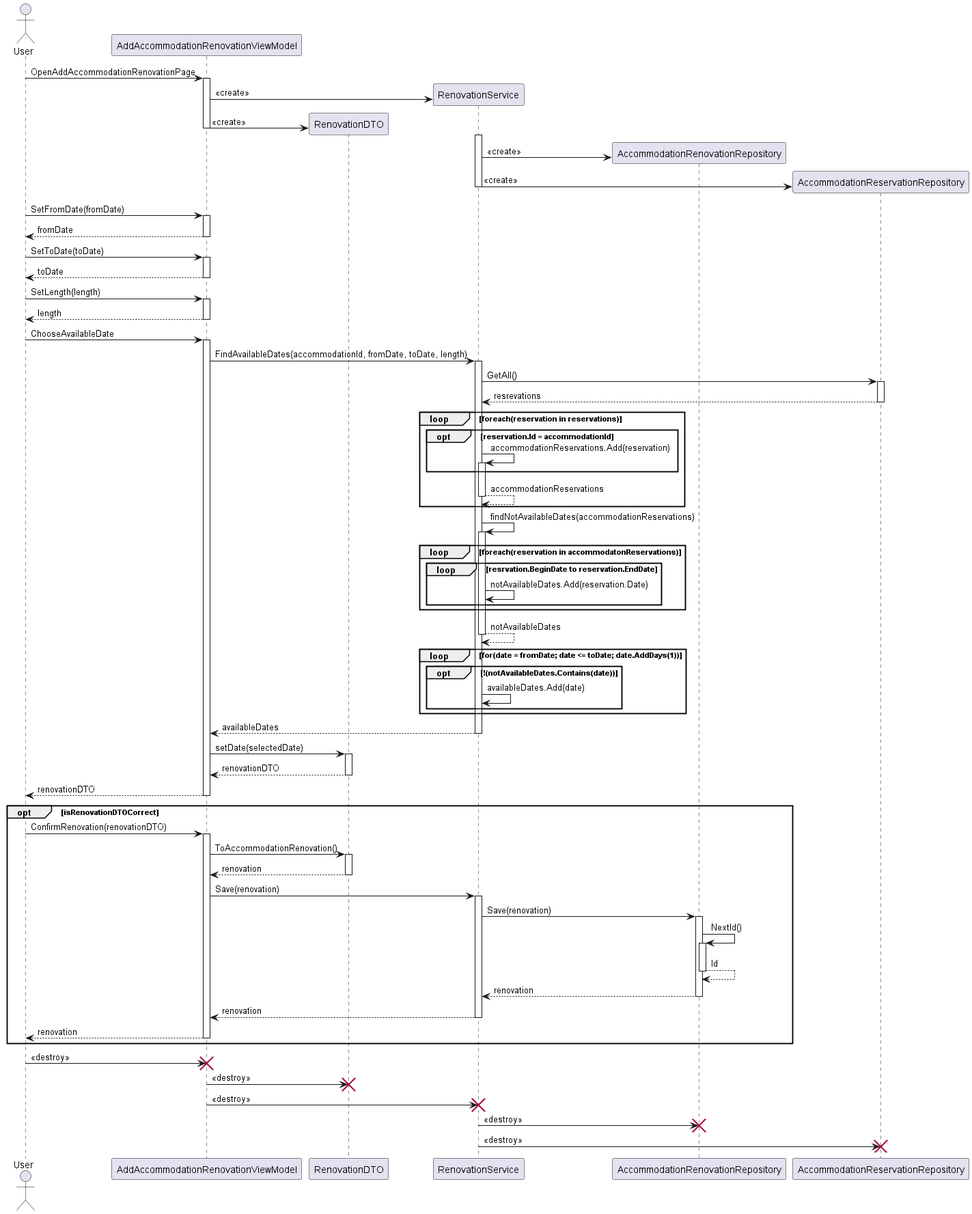
Before: Diagrams/Sequence Diagrams/OwnerSequenceDiagram.png, a diagram exported from PlantUML (kzi-nastava/sims-ra-2024-group-3-team-a). The source it was exported from:
```plantuml
@startuml SequenceDiagram AddRenovation
actor "User" as u
participant "AddAccommodationRenovationViewModel" as arVM
participant "RenovationDTO" as rDTO
participant "RenovationService" as service
participant "AccommodationRenovationRepository" as renovationRepository
participant "AccommodationReservationRepository" as reservationRepository

u -> arVM: OpenAddAccommodationRenovationPage

activate arVM
create service
arVM -> service: <<create>>
create rDTO
arVM -> rDTO: <<create>>
deactivate arVM

activate service
create renovationRepository
service -> renovationRepository: <<create>>
create reservationRepository
service -> reservationRepository: <<create>>
deactivate service

u -> arVM: SetFromDate(fromDate)
activate arVM
arVM --> u: fromDate
deactivate arVM

u -> arVM: SetToDate(toDate)
activate arVM
arVM --> u: toDate
deactivate arVM

u -> arVM: SetLength(length)
activate arVM
arVM --> u: length
deactivate arVM

u -> arVM: ChooseAvailableDate
activate arVM
arVM -> service: FindAvailableDates(accommodationId, fromDate, toDate, length)
activate service

service -> reservationRepository: GetAll()
activate reservationRepository
reservationRepository --> service: resrevations
deactivate reservationRepository

loop foreach(reservation in reservations)
opt reservation.Id = accommodationId
service -> service: accommodationReservations.Add(reservation)
activate service
end
activate service
service --> service: accommodationReservations
deactivate service
end

service -> service: findNotAvailableDates(accommodationReservations)
activate service
loop foreach(reservation in accommodatonReservations)
loop resrvation.BeginDate to reservation.EndDate
service -> service: notAvailableDates.Add(reservation.Date)
end
end
service --> service: notAvailableDates
deactivate service

loop for(date = fromDate; date <= toDate; date.AddDays(1))
opt !(notAvailableDates.Contains(date))
service -> service: availableDates.Add(date)
end
end

service --> arVM: availableDates
deactivate service

arVM -> rDTO: setDate(selectedDate)
activate rDTO
rDTO --> arVM: renovationDTO
deactivate rDTO

arVM --> u: renovationDTO
deactivate arVM

opt isRenovationDTOCorrect

u -> arVM: ConfirmRenovation(renovationDTO)
activate arVM

arVM -> rDTO: ToAccommodationRenovation()
activate rDTO
rDTO --> arVM: renovation
deactivate rDTO

arVM -> service: Save(renovation)
activate service
service -> renovationRepository: Save(renovation)

activate renovationRepository
renovationRepository -> renovationRepository: NextId()
activate renovationRepository
renovationRepository --> renovationRepository: Id
deactivate renovationRepository
renovationRepository --> service: renovation
deactivate renovationRepository

service --> arVM: renovation
deactivate service

arVM --> u: renovation
deactivate arVM

end

u -> arVM: <<destroy>>
destroy arVM

arVM -> rDTO: <<destroy>>
destroy rDTO

arVM -> service: <<destroy>>
destroy service

service -> renovationRepository: <<destroy>>
destroy renovationRepository

service -> reservationRepository: <<destroy>>
destroy reservationRepository
@enduml
```
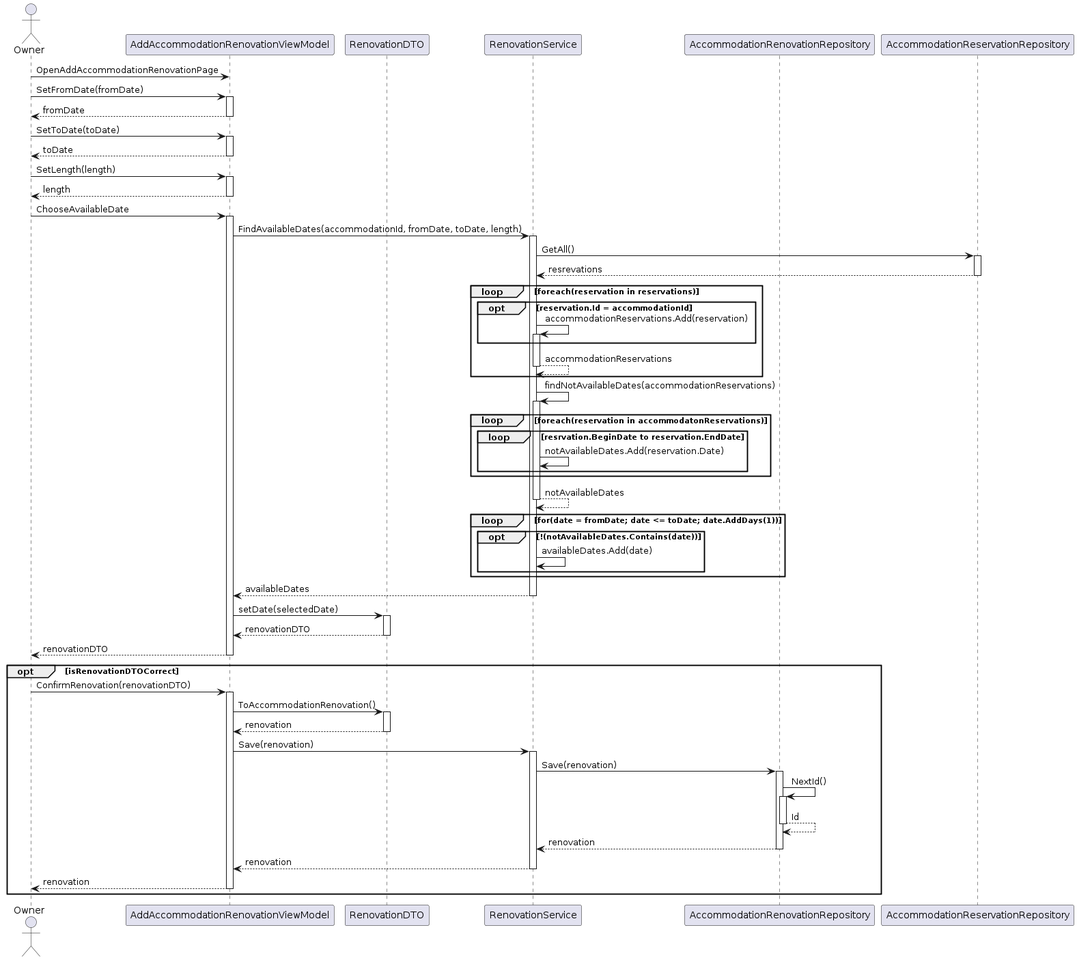
Later version of the same file.

Diff of the diagram source:
```diff
@@ -1,5 +1,5 @@
-@startuml SequenceDiagram AddRenovation
-actor "User" as u
+@startuml
+actor "Owner" as u
 participant "AddAccommodationRenovationViewModel" as arVM
 participant "RenovationDTO" as rDTO
 participant "RenovationService" as service
@@ -7,20 +7,6 @@
 participant "AccommodationReservationRepository" as reservationRepository
 
 u -> arVM: OpenAddAccommodationRenovationPage
-
-activate arVM
-create service
-arVM -> service: <<create>>
-create rDTO
-arVM -> rDTO: <<create>>
-deactivate arVM
-
-activate service
-create renovationRepository
-service -> renovationRepository: <<create>>
-create reservationRepository
-service -> reservationRepository: <<create>>
-deactivate service
 
 u -> arVM: SetFromDate(fromDate)
 activate arVM
@@ -113,19 +99,4 @@
 deactivate arVM
 
 end
-
-u -> arVM: <<destroy>>
-destroy arVM
-
-arVM -> rDTO: <<destroy>>
-destroy rDTO
-
-arVM -> service: <<destroy>>
-destroy service
-
-service -> renovationRepository: <<destroy>>
-destroy renovationRepository
-
-service -> reservationRepository: <<destroy>>
-destroy reservationRepository
 @enduml
```
